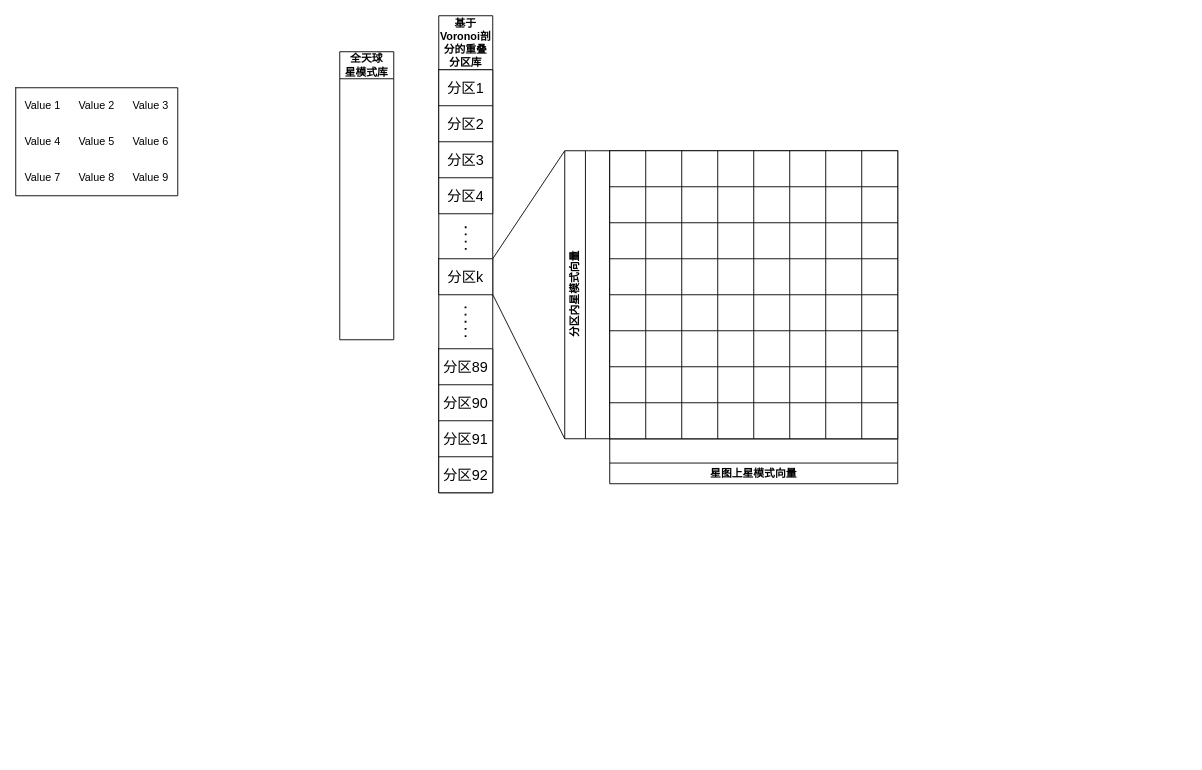
This is 框图.drawio from Isaiah-wood/draw.io, a draw.io file, before an edit. Source tidied: cells renumbered, new cells numbered last; positions are measured from the earlier drawing's top-left corner, leaving out a move shared by most shapes. Both pictures are drawn from the tidied source at 90%, with x=0, y=0 at pixel (15, 15).
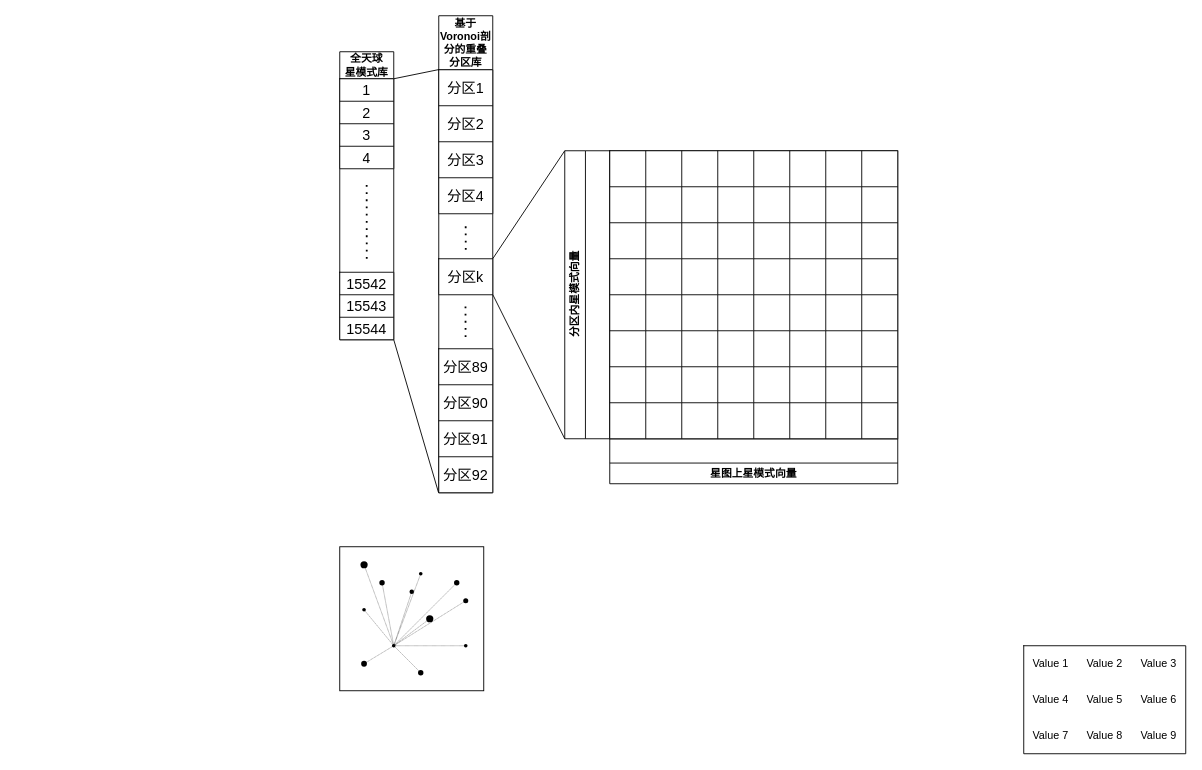
Above is the later version.

Unchanged cells that the change refers to:
```xml
<mxCell id="2" value="全天球&lt;br&gt;星模式库" style="swimlane;whiteSpace=wrap;html=1;startSize=30;" parent="1" vertex="1">
  <mxGeometry x="360" y="40" width="60" height="320" as="geometry" />
</mxCell>
<mxCell id="5" style="shape=tableRow;horizontal=0;startSize=0;swimlaneHead=0;swimlaneBody=0;strokeColor=inherit;top=0;left=0;bottom=0;right=0;fillColor=none;points=[[0,0.5],[1,0.5]];portConstraint=eastwest;fontSize=16;" parent="4" vertex="1">
  <mxGeometry width="60" height="40" as="geometry" />
</mxCell>
<mxCell id="20" style="shape=tableRow;horizontal=0;startSize=0;swimlaneHead=0;swimlaneBody=0;strokeColor=inherit;top=0;left=0;bottom=0;right=0;fillColor=none;points=[[0,0.5],[1,0.5]];portConstraint=eastwest;fontSize=16;" parent="13" vertex="1">
  <mxGeometry y="120" width="60" height="40" as="geometry" />
</mxCell>
```

The edit, as a diff of the source:
```diff
@@
+    <mxCell id="118" style="shape=table;startSize=0;childLayout=tableLayout;fontSize=16;" parent="2" vertex="1">
+      <mxGeometry y="30" width="60" height="100" as="geometry" />
+    </mxCell>
+    <mxCell id="119" style="shape=tableRow;horizontal=0;startSize=0;swimlaneHead=0;swimlaneBody=0;strokeColor=inherit;top=0;left=0;bottom=0;right=0;fillColor=none;fontSize=16;" parent="118" vertex="1">
+      <mxGeometry width="60" height="25" as="geometry" />
+    </mxCell>
+    <mxCell id="120" value="1" style="shape=partialRectangle;html=1;whiteSpace=wrap;strokeColor=inherit;overflow=hidden;fillColor=none;top=0;left=0;bottom=0;right=0;fontSize=16;" parent="119" vertex="1">
+      <mxGeometry width="60" height="25" as="geometry" />
+    </mxCell>
+    <mxCell id="121" style="shape=tableRow;horizontal=0;startSize=0;swimlaneHead=0;swimlaneBody=0;strokeColor=inherit;top=0;left=0;bottom=0;right=0;fillColor=none;fontSize=16;" parent="118" vertex="1">
+      <mxGeometry y="25" width="60" height="25" as="geometry" />
+    </mxCell>
+    <mxCell id="122" value="2" style="shape=partialRectangle;html=1;whiteSpace=wrap;strokeColor=inherit;overflow=hidden;fillColor=none;top=0;left=0;bottom=0;right=0;fontSize=16;" parent="121" vertex="1">
+      <mxGeometry width="60" height="25" as="geometry" />
+    </mxCell>
+    <mxCell id="123" style="shape=tableRow;horizontal=0;startSize=0;swimlaneHead=0;swimlaneBody=0;strokeColor=inherit;top=0;left=0;bottom=0;right=0;fillColor=none;fontSize=16;" parent="118" vertex="1">
+      <mxGeometry y="50" width="60" height="25" as="geometry" />
+    </mxCell>
+    <mxCell id="124" value="3" style="shape=partialRectangle;html=1;whiteSpace=wrap;strokeColor=inherit;overflow=hidden;fillColor=none;top=0;left=0;bottom=0;right=0;fontSize=16;" parent="123" vertex="1">
+      <mxGeometry width="60" height="25" as="geometry" />
+    </mxCell>
+    <mxCell id="125" style="shape=tableRow;horizontal=0;startSize=0;swimlaneHead=0;swimlaneBody=0;strokeColor=inherit;top=0;left=0;bottom=0;right=0;fillColor=none;fontSize=16;" parent="118" vertex="1">
+      <mxGeometry y="75" width="60" height="25" as="geometry" />
+    </mxCell>
+    <mxCell id="126" value="4" style="shape=partialRectangle;html=1;whiteSpace=wrap;strokeColor=inherit;overflow=hidden;fillColor=none;top=0;left=0;bottom=0;right=0;fontSize=16;" parent="125" vertex="1">
+      <mxGeometry width="60" height="25" as="geometry" />
+    </mxCell>
+    <mxCell id="127" style="shape=table;startSize=0;childLayout=tableLayout;fontSize=16;" parent="2" vertex="1">
+      <mxGeometry y="245" width="60" height="75" as="geometry" />
+    </mxCell>
+    <mxCell id="128" style="shape=tableRow;horizontal=0;startSize=0;swimlaneHead=0;swimlaneBody=0;strokeColor=inherit;top=0;left=0;bottom=0;right=0;fillColor=none;fontSize=16;" parent="127" vertex="1">
+      <mxGeometry width="60" height="25" as="geometry" />
+    </mxCell>
+    <mxCell id="129" value="15542" style="shape=partialRectangle;html=1;whiteSpace=wrap;strokeColor=inherit;overflow=hidden;fillColor=none;top=0;left=0;bottom=0;right=0;fontSize=16;" parent="128" vertex="1">
+      <mxGeometry width="60" height="25" as="geometry" />
+    </mxCell>
+    <mxCell id="130" style="shape=tableRow;horizontal=0;startSize=0;swimlaneHead=0;swimlaneBody=0;strokeColor=inherit;top=0;left=0;bottom=0;right=0;fillColor=none;fontSize=16;" parent="127" vertex="1">
+      <mxGeometry y="25" width="60" height="25" as="geometry" />
+    </mxCell>
+    <mxCell id="131" value="15543" style="shape=partialRectangle;html=1;whiteSpace=wrap;strokeColor=inherit;overflow=hidden;fillColor=none;top=0;left=0;bottom=0;right=0;fontSize=16;" parent="130" vertex="1">
+      <mxGeometry width="60" height="25" as="geometry" />
+    </mxCell>
+    <mxCell id="132" style="shape=tableRow;horizontal=0;startSize=0;swimlaneHead=0;swimlaneBody=0;strokeColor=inherit;top=0;left=0;bottom=0;right=0;fillColor=none;fontSize=16;" parent="127" vertex="1">
+      <mxGeometry y="50" width="60" height="25" as="geometry" />
+    </mxCell>
+    <mxCell id="133" value="15544" style="shape=partialRectangle;html=1;whiteSpace=wrap;strokeColor=inherit;overflow=hidden;fillColor=none;top=0;left=0;bottom=0;right=0;fontSize=16;" parent="132" vertex="1">
+      <mxGeometry width="60" height="25" as="geometry" />
+    </mxCell>
+    <mxCell id="134" style="endArrow=none;dashed=1;html=1;dashPattern=1 3;strokeWidth=2;rounded=0;" parent="2" edge="1">
+      <mxGeometry relative="1" as="geometry">
+        <mxPoint x="30" y="230" as="sourcePoint" />
+        <mxPoint x="29.9" y="145" as="targetPoint" />
+      </mxGeometry>
+    </mxCell>
@@
     <mxCell id="105" style="shape=table;html=1;whiteSpace=wrap;startSize=0;childLayout=tableLayout;columnLines=0;rowLines=0;fontSize=16;strokeColor=default;" parent="1" vertex="1">
-      <mxGeometry y="80" width="180" height="120" as="geometry" />
+      <mxGeometry x="1120" y="700" width="180" height="120" as="geometry" />
     </mxCell>
@@
+    <mxCell id="135" style="whiteSpace=wrap;html=1;" parent="1" vertex="1">
+      <mxGeometry x="360" y="590" width="160" height="160" as="geometry" />
+    </mxCell>
+    <mxCell id="136" style="shape=waypoint;sketch=0;fillStyle=solid;size=6;points=[];fillColor=none;perimeter=centerPerimeter;snapToPoint=1;" parent="1" vertex="1">
+      <mxGeometry x="397" y="620" width="20" height="20" as="geometry" />
+    </mxCell>
+    <mxCell id="137" style="shape=waypoint;sketch=0;fillStyle=solid;size=6;points=[];fillColor=none;perimeter=centerPerimeter;snapToPoint=1;strokeWidth=0;" parent="1" vertex="1">
+      <mxGeometry x="377" y="650" width="20" height="20" as="geometry" />
+    </mxCell>
+    <mxCell id="138" style="shape=waypoint;sketch=0;fillStyle=solid;size=6;points=[];fillColor=none;perimeter=centerPerimeter;snapToPoint=1;strokeWidth=2;" parent="1" vertex="1">
+      <mxGeometry x="450" y="660" width="20" height="20" as="geometry" />
+    </mxCell>
+    <mxCell id="139" style="shape=waypoint;sketch=0;fillStyle=solid;size=6;points=[];fillColor=none;perimeter=centerPerimeter;snapToPoint=1;strokeWidth=1.2;" parent="1" vertex="1">
+      <mxGeometry x="377" y="710" width="20" height="20" as="geometry" />
+    </mxCell>
+    <mxCell id="140" style="shape=waypoint;sketch=0;fillStyle=solid;size=6;points=[];fillColor=none;perimeter=centerPerimeter;snapToPoint=1;" parent="1" vertex="1">
+      <mxGeometry x="440" y="720" width="20" height="20" as="geometry" />
+    </mxCell>
+    <mxCell id="141" style="shape=waypoint;sketch=0;fillStyle=solid;size=6;points=[];fillColor=none;perimeter=centerPerimeter;snapToPoint=1;" parent="1" vertex="1">
+      <mxGeometry x="480" y="620" width="20" height="20" as="geometry" />
+    </mxCell>
+    <mxCell id="142" style="shape=waypoint;sketch=0;fillStyle=solid;size=6;points=[];fillColor=none;perimeter=centerPerimeter;snapToPoint=1;strokeWidth=0.5;" parent="1" vertex="1">
+      <mxGeometry x="430" y="630" width="20" height="20" as="geometry" />
+    </mxCell>
+    <mxCell id="143" style="shape=waypoint;sketch=0;fillStyle=solid;size=6;points=[];fillColor=none;perimeter=centerPerimeter;snapToPoint=1;strokeWidth=0;" parent="1" vertex="1">
+      <mxGeometry x="410" y="690" width="20" height="20" as="geometry" />
+    </mxCell>
+    <mxCell id="144" style="shape=waypoint;sketch=0;fillStyle=solid;size=6;points=[];fillColor=none;perimeter=centerPerimeter;snapToPoint=1;strokeWidth=0;" parent="1" vertex="1">
+      <mxGeometry x="440" y="610" width="20" height="20" as="geometry" />
+    </mxCell>
+    <mxCell id="145" style="shape=waypoint;sketch=0;fillStyle=solid;size=6;points=[];fillColor=none;perimeter=centerPerimeter;snapToPoint=1;strokeWidth=0;" parent="1" vertex="1">
+      <mxGeometry x="490" y="690" width="20" height="20" as="geometry" />
+    </mxCell>
+    <mxCell id="146" style="shape=waypoint;sketch=0;fillStyle=solid;size=6;points=[];fillColor=none;perimeter=centerPerimeter;snapToPoint=1;strokeWidth=2;" parent="1" vertex="1">
+      <mxGeometry x="377" y="600" width="20" height="20" as="geometry" />
+    </mxCell>
+    <mxCell id="147" style="shape=waypoint;sketch=0;fillStyle=solid;size=6;points=[];fillColor=none;perimeter=centerPerimeter;snapToPoint=1;strokeWidth=0.8;" parent="1" vertex="1">
+      <mxGeometry x="490" y="640" width="20" height="20" as="geometry" />
+    </mxCell>
+    <mxCell id="148" style="endArrow=none;html=1;rounded=0;exitX=0.31;exitY=0.61;exitDx=0;exitDy=0;exitPerimeter=0;strokeWidth=0.5;dashed=1;dashPattern=1 1;" parent="1" edge="1" source="142" target="143">
+      <mxGeometry relative="1" as="geometry" />
+    </mxCell>
+    <mxCell id="149" style="endArrow=none;html=1;rounded=0;strokeWidth=0.5;dashed=1;dashPattern=1 1;" parent="1" edge="1" source="138" target="143">
+      <mxGeometry relative="1" as="geometry" />
+    </mxCell>
+    <mxCell id="150" style="endArrow=none;html=1;rounded=0;strokeWidth=0.5;dashed=1;dashPattern=1 1;" parent="1" edge="1" source="140">
+      <mxGeometry relative="1" as="geometry">
+        <mxPoint x="420" y="700" as="targetPoint" />
+      </mxGeometry>
+    </mxCell>
+    <mxCell id="151" style="endArrow=none;html=1;rounded=0;strokeWidth=0.5;dashed=1;dashPattern=1 1;" parent="1" edge="1" source="145" target="143">
+      <mxGeometry relative="1" as="geometry" />
+    </mxCell>
+    <mxCell id="152" style="endArrow=none;html=1;rounded=0;exitX=0.89;exitY=0.53;exitDx=0;exitDy=0;exitPerimeter=0;strokeWidth=0.5;dashed=1;dashPattern=1 1;" parent="1" edge="1" source="147">
+      <mxGeometry relative="1" as="geometry">
+        <mxPoint x="420" y="700" as="targetPoint" />
+      </mxGeometry>
+    </mxCell>
+    <mxCell id="153" style="endArrow=none;html=1;rounded=0;strokeWidth=0.5;dashed=1;dashPattern=1 1;" parent="1" edge="1" source="139" target="143">
+      <mxGeometry relative="1" as="geometry" />
+    </mxCell>
+    <mxCell id="154" style="endArrow=none;html=1;rounded=0;strokeWidth=0.5;dashed=1;dashPattern=1 1;entryX=0.35;entryY=0.55;entryDx=0;entryDy=0;entryPerimeter=0;" parent="1" edge="1" source="136" target="143">
+      <mxGeometry relative="1" as="geometry" />
+    </mxCell>
+    <mxCell id="155" style="endArrow=none;html=1;rounded=0;strokeWidth=0.5;dashed=1;dashPattern=1 1;" parent="1" edge="1" source="146" target="143">
+      <mxGeometry relative="1" as="geometry" />
+    </mxCell>
+    <mxCell id="156" style="endArrow=none;html=1;rounded=0;strokeWidth=0.5;dashed=1;dashPattern=1 1;" parent="1" edge="1" source="141">
+      <mxGeometry relative="1" as="geometry">
+        <mxPoint x="420" y="700" as="targetPoint" />
+      </mxGeometry>
+    </mxCell>
+    <mxCell id="157" style="endArrow=none;html=1;rounded=0;strokeWidth=0.5;dashed=1;dashPattern=1 1;entryX=0.59;entryY=0.95;entryDx=0;entryDy=0;entryPerimeter=0;exitX=0.7;exitY=0.93;exitDx=0;exitDy=0;exitPerimeter=0;" parent="1" edge="1" source="137" target="143">
+      <mxGeometry relative="1" as="geometry" />
+    </mxCell>
+    <mxCell id="158" style="endArrow=none;html=1;rounded=0;strokeWidth=0.5;dashed=1;dashPattern=1 1;exitX=0.67;exitY=0.59;exitDx=0;exitDy=0;exitPerimeter=0;" parent="1" edge="1" source="144">
+      <mxGeometry relative="1" as="geometry">
+        <mxPoint x="420" y="700" as="targetPoint" />
+      </mxGeometry>
+    </mxCell>
+    <mxCell id="159" style="endArrow=none;html=1;rounded=0;entryX=-0.001;entryY=-0.004;entryDx=0;entryDy=0;entryPerimeter=0;" parent="1" edge="1" target="5">
+      <mxGeometry relative="1" as="geometry">
+        <mxPoint x="420" y="70" as="sourcePoint" />
+      </mxGeometry>
+    </mxCell>
+    <mxCell id="160" style="endArrow=none;html=1;rounded=0;entryX=-0.004;entryY=0.996;entryDx=0;entryDy=0;entryPerimeter=0;" parent="1" edge="1" target="20">
+      <mxGeometry relative="1" as="geometry">
+        <mxPoint x="420" y="360" as="sourcePoint" />
+      </mxGeometry>
+    </mxCell>
```
